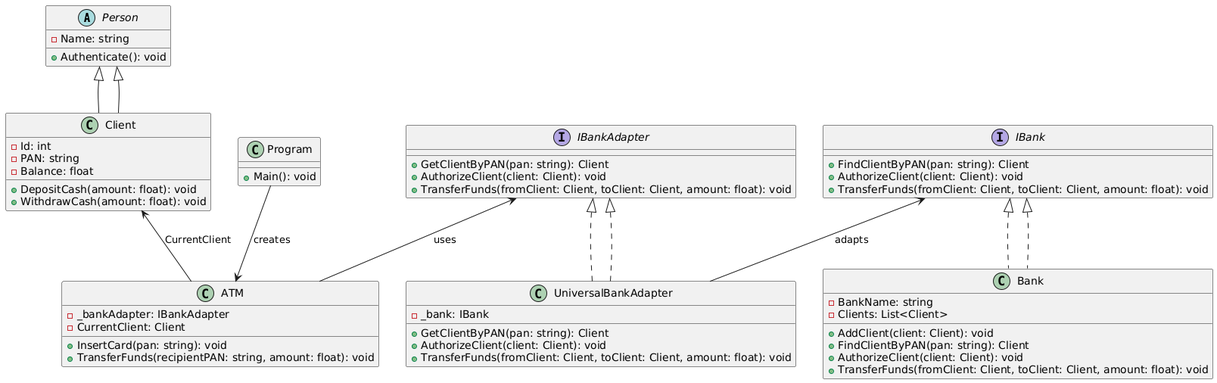
Earlier version of the PlantUML export Диаграмма классов.png (penamarth/bsbo-03-22_team5_var1). Source of this version:
```plantuml
@startuml
abstract class Person {
    - Name: string
    + Authenticate(): void
}

class Client extends Person {
    - Id: int
    - PAN: string
    - Balance: float
    + DepositCash(amount: float): void
    + WithdrawCash(amount: float): void
}

interface IBank {
    + FindClientByPAN(pan: string): Client
    + AuthorizeClient(client: Client): void
    + TransferFunds(fromClient: Client, toClient: Client, amount: float): void
}

class Bank implements IBank {
    - BankName: string
    - Clients: List<Client>
    + AddClient(client: Client): void
    + FindClientByPAN(pan: string): Client
    + AuthorizeClient(client: Client): void
    + TransferFunds(fromClient: Client, toClient: Client, amount: float): void
}

interface IBankAdapter {
    + GetClientByPAN(pan: string): Client
    + AuthorizeClient(client: Client): void
    + TransferFunds(fromClient: Client, toClient: Client, amount: float): void
}

class UniversalBankAdapter implements IBankAdapter {
    - _bank: IBank
    + GetClientByPAN(pan: string): Client
    + AuthorizeClient(client: Client): void
    + TransferFunds(fromClient: Client, toClient: Client, amount: float): void
}

class ATM {
    - _bankAdapter: IBankAdapter
    - CurrentClient: Client
    + InsertCard(pan: string): void
    + TransferFunds(recipientPAN: string, amount: float): void
}

class Program {
    + Main(): void
}

Person <|-- Client
IBank <|.. Bank
IBankAdapter <|.. UniversalBankAdapter
IBankAdapter <-- ATM : uses
Client <-- ATM : "CurrentClient"
IBank <-- UniversalBankAdapter : adapts
Program --> ATM : creates
@enduml
```
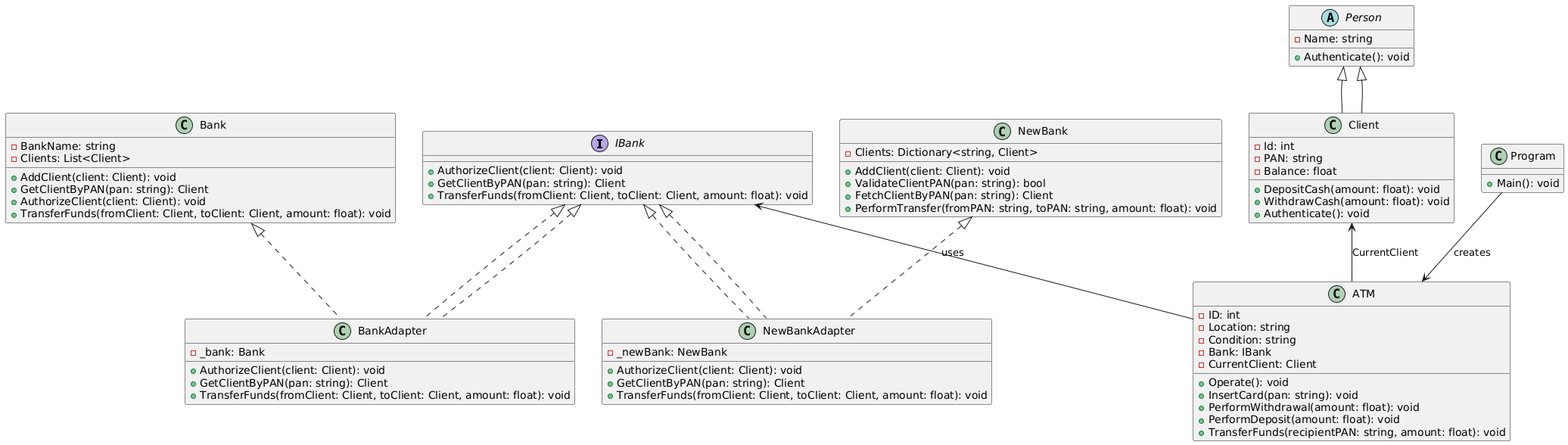
Above is the later version.

Change to the diagram source:
```diff
@@ -1,4 +1,10 @@
 @startuml
+interface IBank {
+    + AuthorizeClient(client: Client): void
+    + GetClientByPAN(pan: string): Client
+    + TransferFunds(fromClient: Client, toClient: Client, amount: float): void
+}
+
 abstract class Person {
     - Name: string
     + Authenticate(): void
@@ -10,40 +16,50 @@
     - Balance: float
     + DepositCash(amount: float): void
     + WithdrawCash(amount: float): void
+    + Authenticate(): void
 }
 
-interface IBank {
-    + FindClientByPAN(pan: string): Client
-    + AuthorizeClient(client: Client): void
-    + TransferFunds(fromClient: Client, toClient: Client, amount: float): void
-}
-
-class Bank implements IBank {
+class Bank {
     - BankName: string
     - Clients: List<Client>
     + AddClient(client: Client): void
-    + FindClientByPAN(pan: string): Client
-    + AuthorizeClient(client: Client): void
-    + TransferFunds(fromClient: Client, toClient: Client, amount: float): void
-}
-
-interface IBankAdapter {
     + GetClientByPAN(pan: string): Client
     + AuthorizeClient(client: Client): void
     + TransferFunds(fromClient: Client, toClient: Client, amount: float): void
 }
 
-class UniversalBankAdapter implements IBankAdapter {
-    - _bank: IBank
+class BankAdapter implements IBank {
+    - _bank: Bank
+    + AuthorizeClient(client: Client): void
     + GetClientByPAN(pan: string): Client
+    + TransferFunds(fromClient: Client, toClient: Client, amount: float): void
+}
+
+class NewBank {
+    - Clients: Dictionary<string, Client>
+    + AddClient(client: Client): void
+    + ValidateClientPAN(pan: string): bool
+    + FetchClientByPAN(pan: string): Client
+    + PerformTransfer(fromPAN: string, toPAN: string, amount: float): void
+}
+
+class NewBankAdapter implements IBank {
+    - _newBank: NewBank
     + AuthorizeClient(client: Client): void
+    + GetClientByPAN(pan: string): Client
     + TransferFunds(fromClient: Client, toClient: Client, amount: float): void
 }
 
 class ATM {
-    - _bankAdapter: IBankAdapter
+    - ID: int
+    - Location: string
+    - Condition: string
+    - Bank: IBank
     - CurrentClient: Client
+    + Operate(): void
     + InsertCard(pan: string): void
+    + PerformWithdrawal(amount: float): void
+    + PerformDeposit(amount: float): void
     + TransferFunds(recipientPAN: string, amount: float): void
 }
 
@@ -52,10 +68,11 @@
 }
 
 Person <|-- Client
-IBank <|.. Bank
-IBankAdapter <|.. UniversalBankAdapter
-IBankAdapter <-- ATM : uses
-Client <-- ATM : "CurrentClient"
-IBank <-- UniversalBankAdapter : adapts
+IBank <|.. BankAdapter
+IBank <|.. NewBankAdapter
+Bank <|.. BankAdapter
+NewBank <|.. NewBankAdapter
+IBank <-- ATM : uses
+Client <-- ATM : CurrentClient
 Program --> ATM : creates
 @enduml
```
